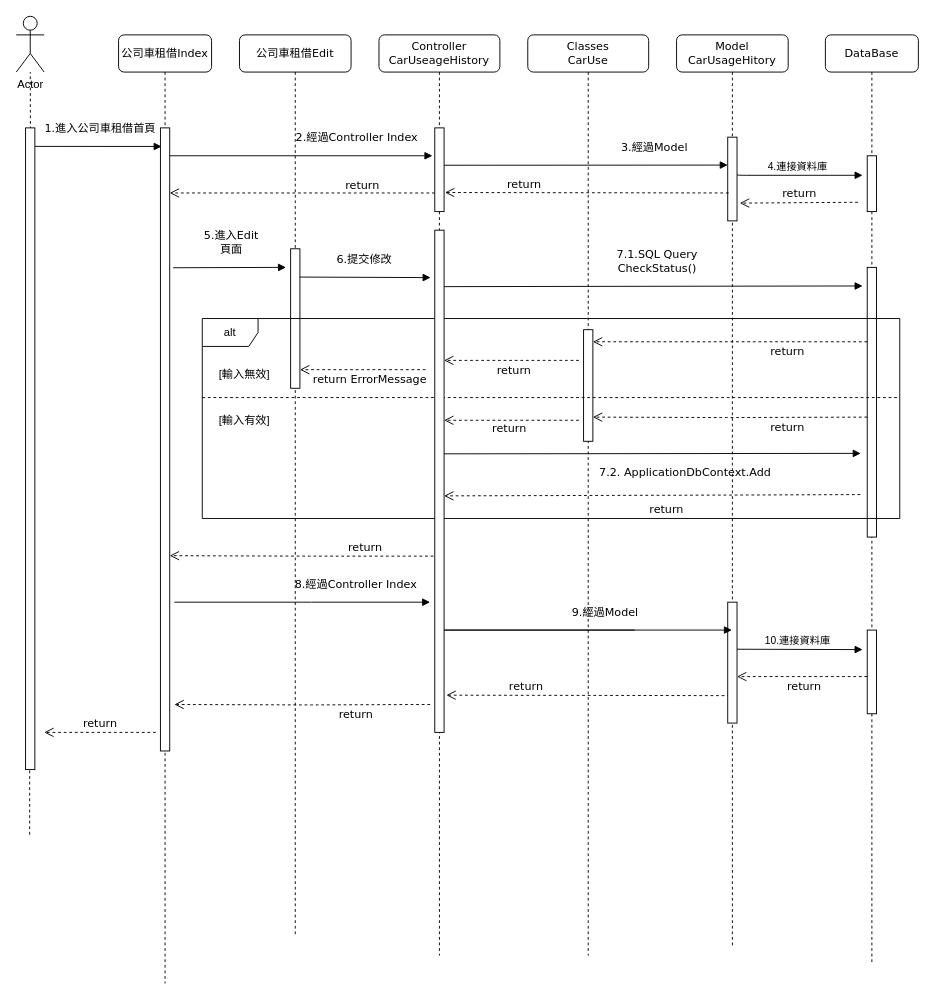
This is images/公司車Edit.drawio from merosun/windows, a draw.io file, before an edit. Source tidied: cells renumbered, new cells numbered last; positions are measured from the earlier drawing's top-left corner, leaving out a move shared by most shapes. Both pictures are drawn from the tidied source at 93%, with x=0, y=0 at pixel (16, 16).
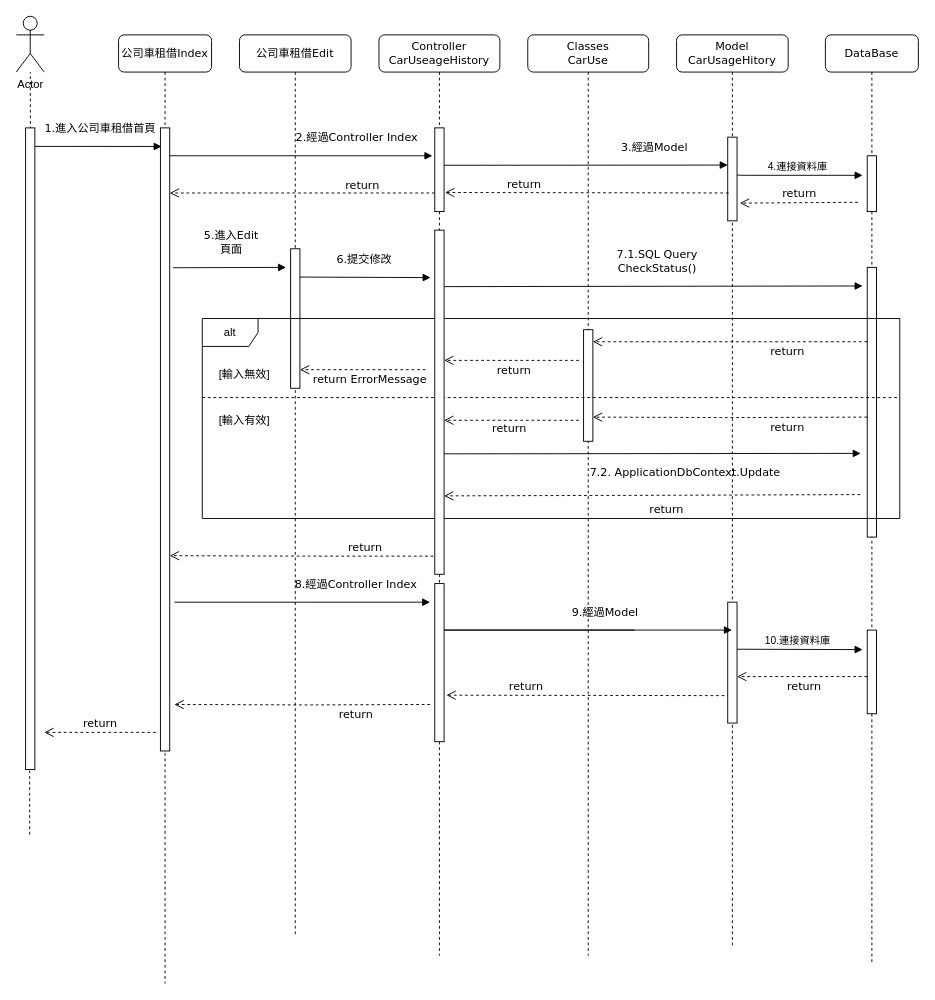
The same diagram, later.

Commit message (it also covers changes not shown here):
更新公司車Edit.drawio

Unchanged cells that the change refers to:
```xml
<mxCell id="43" value="Controller&lt;br&gt;CarUseageHistory" style="shape=umlLifeline;perimeter=lifelinePerimeter;whiteSpace=wrap;html=1;outlineConnect=0;rounded=1;shadow=0;comic=0;labelBackgroundColor=none;strokeWidth=1;fontFamily=Verdana;fontSize=12;align=center;" parent="1" vertex="1">
  <mxGeometry x="390" y="20" width="130" height="990" as="geometry" />
</mxCell>
```

Diff of the diagram source:
```diff
@@
-    <mxCell id="34" value="7.2. ApplicationDbContext.Add" style="html=1;verticalAlign=bottom;endArrow=block;labelBackgroundColor=none;fontFamily=Verdana;fontSize=12;edgeStyle=elbowEdgeStyle;elbow=vertical;exitX=0.994;exitY=0.653;exitDx=0;exitDy=0;exitPerimeter=0;" parent="1" edge="1">
+    <mxCell id="34" value="7.2. ApplicationDbContext.Update" style="html=1;verticalAlign=bottom;endArrow=block;labelBackgroundColor=none;fontFamily=Verdana;fontSize=12;edgeStyle=elbowEdgeStyle;elbow=vertical;exitX=0.994;exitY=0.653;exitDx=0;exitDy=0;exitPerimeter=0;" parent="1" edge="1">
       <mxGeometry x="0.16" y="-30" relative="1" as="geometry">
         <mxPoint x="459.9" y="470.5" as="sourcePoint" />
         <mxPoint x="908" y="470.3" as="targetPoint" />
       </mxGeometry>
     </mxCell>
@@
     <mxCell id="46" style="html=1;perimeter=orthogonalPerimeter;rounded=0;shadow=0;comic=0;labelBackgroundColor=none;strokeWidth=1;fontFamily=Verdana;fontSize=12;align=center;" parent="43" vertex="1">
-      <mxGeometry x="60" y="210" width="10" height="540" as="geometry" />
+      <mxGeometry x="60" y="210" width="10" height="370" as="geometry" />
     </mxCell>
@@
+    <mxCell id="53" style="html=1;perimeter=orthogonalPerimeter;rounded=0;shadow=0;comic=0;labelBackgroundColor=none;strokeWidth=1;fontFamily=Verdana;fontSize=12;align=center;" parent="43" vertex="1">
+      <mxGeometry x="60" y="590" width="10" height="170" as="geometry" />
+    </mxCell>
```
